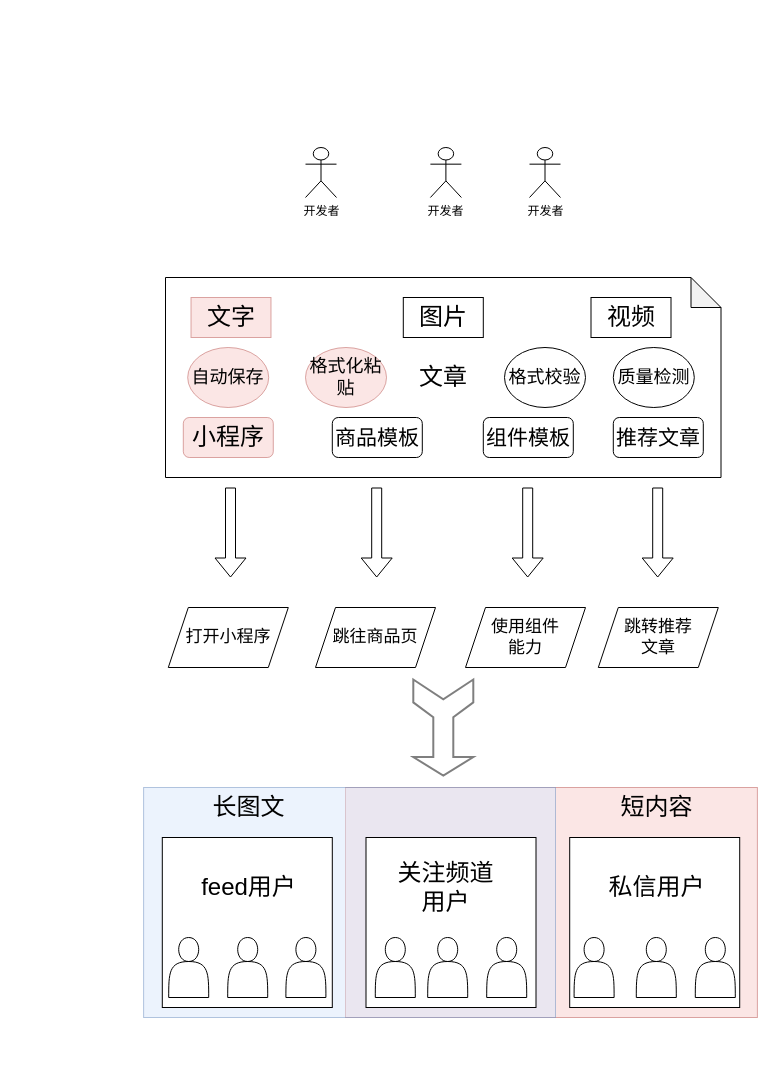
The draw.io diagram Untitled Diagram.drawio in livis-scj/xmind, before the edit. Source tidied: cells renumbered, new cells numbered last; positions are measured from the earlier drawing's top-left corner, leaving out a move shared by most shapes. Both pictures are drawn from the tidied source at 100%, with x=0, y=0 at pixel (143, 147).
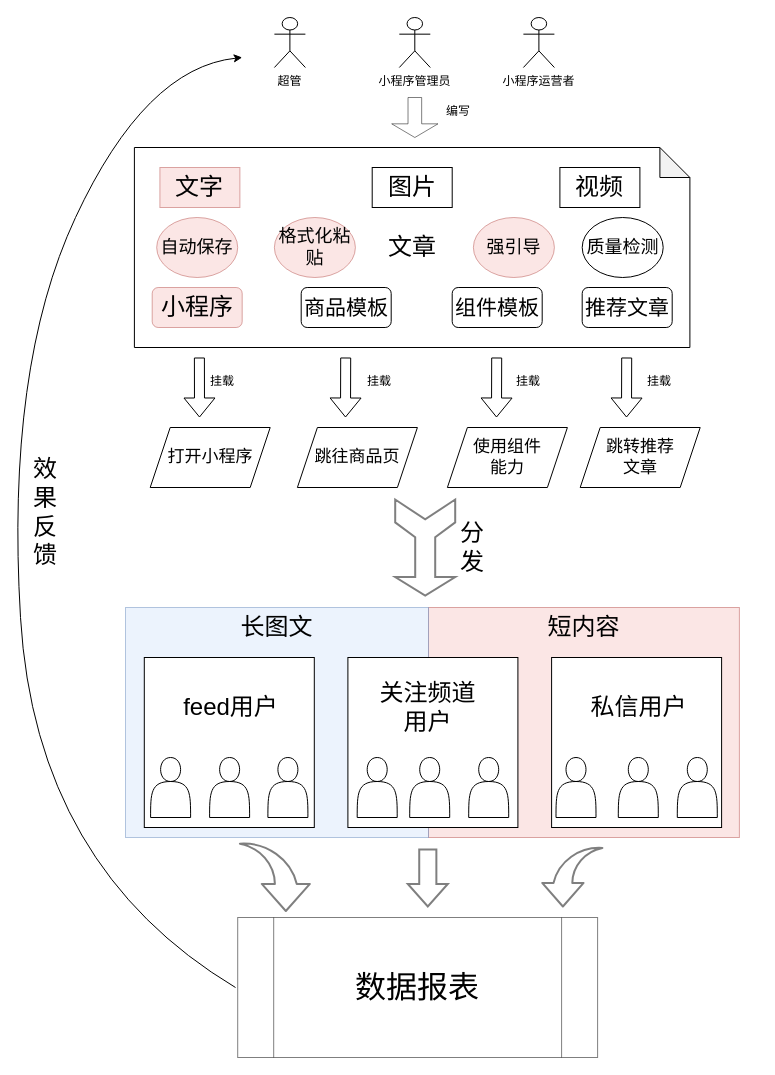
The same page after the edit.

Change to the diagram source:
```diff
@@
     <mxCell id="2" style="rounded=0;whiteSpace=wrap;html=1;fontSize=24;fillColor=#f8cecc;strokeColor=#b85450;opacity=50;" parent="1" vertex="1">
-      <mxGeometry x="202" y="640" width="411.9" height="230" as="geometry" />
+      <mxGeometry x="285" y="460" width="310.9" height="230" as="geometry" />
     </mxCell>
     <mxCell id="3" style="rounded=0;whiteSpace=wrap;html=1;fontSize=24;fillColor=#dae8fc;strokeColor=#6c8ebf;opacity=50;" parent="1" vertex="1">
-      <mxGeometry x="0.1" y="640" width="411.9" height="230" as="geometry" />
+      <mxGeometry x="-18" y="460" width="303" height="230" as="geometry" />
     </mxCell>
     <mxCell id="4" style="whiteSpace=wrap;html=1;" parent="1" vertex="1">
-      <mxGeometry x="426.2" y="690" width="170" height="170" as="geometry" />
+      <mxGeometry x="408.1" y="510" width="170" height="170" as="geometry" />
     </mxCell>
     <mxCell id="5" style="whiteSpace=wrap;html=1;" parent="1" vertex="1">
-      <mxGeometry x="222.5" y="690" width="170" height="170" as="geometry" />
+      <mxGeometry x="204.4" y="510" width="170" height="170" as="geometry" />
     </mxCell>
     <mxCell id="6" style="whiteSpace=wrap;html=1;" parent="1" vertex="1">
-      <mxGeometry x="18.8" y="690" width="170" height="170" as="geometry" />
+      <mxGeometry x="0.8" y="510" width="170" height="170" as="geometry" />
     </mxCell>
-    <mxCell id="7" value="开发者" style="shape=umlActor;verticalLabelPosition=bottom;verticalAlign=top;html=1;fontStyle=0;" parent="1" vertex="1">
-      <mxGeometry x="286.9" width="31" height="50" as="geometry" />
+    <mxCell id="7" value="小程序管理员" style="shape=umlActor;verticalLabelPosition=bottom;verticalAlign=top;html=1;fontStyle=0;" parent="1" vertex="1">
+      <mxGeometry x="255.8" y="-130" width="31" height="50" as="geometry" />
     </mxCell>
     <mxCell id="8" value="&lt;font style=&quot;font-size: 24px&quot;&gt;文章&lt;/font&gt;" style="shape=note;whiteSpace=wrap;html=1;backgroundOutline=1;darkOpacity=0.05;" parent="1" vertex="1">
-      <mxGeometry x="22" y="130" width="555.5" height="200" as="geometry" />
+      <mxGeometry x="-9.1" width="555.5" height="200" as="geometry" />
     </mxCell>
     <mxCell id="9" style="shape=actor;whiteSpace=wrap;html=1;" parent="1" vertex="1">
-      <mxGeometry x="231.8" y="790" width="40" height="60" as="geometry" />
+      <mxGeometry x="213.7" y="610" width="40" height="60" as="geometry" />
     </mxCell>
     <mxCell id="10" value="&lt;font style=&quot;font-size: 24px&quot;&gt;小程序&lt;/font&gt;" style="rounded=1;whiteSpace=wrap;html=1;fillColor=#f8cecc;strokeColor=#b85450;opacity=50;" parent="1" vertex="1">
-      <mxGeometry x="39.8" y="270" width="90" height="40" as="geometry" />
+      <mxGeometry x="8.7" y="140" width="90" height="40" as="geometry" />
     </mxCell>
     <mxCell id="11" value="&lt;font style=&quot;font-size: 21px&quot;&gt;商品模板&lt;/font&gt;" style="rounded=1;whiteSpace=wrap;html=1;" parent="1" vertex="1">
-      <mxGeometry x="188.8" y="270" width="90" height="40" as="geometry" />
+      <mxGeometry x="157.7" y="140" width="90" height="40" as="geometry" />
     </mxCell>
     <mxCell id="12" value="&lt;font style=&quot;font-size: 21px&quot;&gt;组件模板&lt;/font&gt;" style="rounded=1;whiteSpace=wrap;html=1;" parent="1" vertex="1">
-      <mxGeometry x="339.8" y="270" width="90" height="40" as="geometry" />
+      <mxGeometry x="308.7" y="140" width="90" height="40" as="geometry" />
     </mxCell>
     <mxCell id="13" value="&lt;font style=&quot;font-size: 21px&quot;&gt;推荐文章&lt;/font&gt;" style="rounded=1;whiteSpace=wrap;html=1;" parent="1" vertex="1">
-      <mxGeometry x="469.8" y="270" width="90" height="40" as="geometry" />
+      <mxGeometry x="438.7" y="140" width="90" height="40" as="geometry" />
     </mxCell>
     <mxCell id="14" value="&lt;font style=&quot;font-size: 24px&quot;&gt;文字&lt;/font&gt;" style="rounded=0;whiteSpace=wrap;html=1;fillColor=#f8cecc;strokeColor=#b85450;opacity=50;" parent="1" vertex="1">
-      <mxGeometry x="47.5" y="150" width="80" height="40" as="geometry" />
+      <mxGeometry x="16.4" y="20" width="80" height="40" as="geometry" />
     </mxCell>
     <mxCell id="15" value="&lt;font style=&quot;font-size: 24px&quot;&gt;图片&lt;/font&gt;" style="rounded=0;whiteSpace=wrap;html=1;" parent="1" vertex="1">
-      <mxGeometry x="259.8" y="150" width="80" height="40" as="geometry" />
+      <mxGeometry x="228.7" y="20" width="80" height="40" as="geometry" />
     </mxCell>
     <mxCell id="16" value="&lt;span style=&quot;font-size: 24px&quot;&gt;视频&lt;/span&gt;" style="rounded=0;whiteSpace=wrap;html=1;" parent="1" vertex="1">
-      <mxGeometry x="447.5" y="150" width="80" height="40" as="geometry" />
+      <mxGeometry x="416.4" y="20" width="80" height="40" as="geometry" />
     </mxCell>
     <mxCell id="17" style="shape=flexArrow;endArrow=classic;html=1;" parent="1" edge="1">
       <mxGeometry relative="1" as="geometry">
-        <mxPoint x="87" y="340" as="sourcePoint" />
-        <mxPoint x="87" y="430" as="targetPoint" />
+        <mxPoint x="55.9" y="210" as="sourcePoint" />
+        <mxPoint x="56" y="270" as="targetPoint" />
       </mxGeometry>
     </mxCell>
     <mxCell id="18" style="shape=flexArrow;endArrow=classic;html=1;" parent="1" edge="1">
       <mxGeometry relative="1" as="geometry">
-        <mxPoint x="233.2" y="340" as="sourcePoint" />
-        <mxPoint x="233.2" y="430" as="targetPoint" />
+        <mxPoint x="202.2" y="210" as="sourcePoint" />
+        <mxPoint x="202" y="270" as="targetPoint" />
       </mxGeometry>
     </mxCell>
     <mxCell id="19" style="shape=flexArrow;endArrow=classic;html=1;" parent="1" edge="1">
       <mxGeometry relative="1" as="geometry">
-        <mxPoint x="384.2" y="340" as="sourcePoint" />
-        <mxPoint x="384.2" y="430" as="targetPoint" />
+        <mxPoint x="353.2" y="210" as="sourcePoint" />
+        <mxPoint x="353" y="270" as="targetPoint" />
       </mxGeometry>
     </mxCell>
     <mxCell id="20" style="shape=flexArrow;endArrow=classic;html=1;" parent="1" edge="1">
       <mxGeometry relative="1" as="geometry">
-        <mxPoint x="514.2" y="340" as="sourcePoint" />
-        <mxPoint x="514.2" y="430" as="targetPoint" />
+        <mxPoint x="483.2" y="210" as="sourcePoint" />
+        <mxPoint x="483" y="270" as="targetPoint" />
       </mxGeometry>
     </mxCell>
     <mxCell id="21" value="&lt;font style=&quot;font-size: 17px&quot;&gt;打开小程序&lt;/font&gt;" style="shape=parallelogram;perimeter=parallelogramPerimeter;whiteSpace=wrap;html=1;fixedSize=1;" parent="1" vertex="1">
-      <mxGeometry x="24.8" y="460" width="120" height="60" as="geometry" />
+      <mxGeometry x="6.7" y="280" width="120" height="60" as="geometry" />
     </mxCell>
     <mxCell id="22" value="&lt;font style=&quot;font-size: 17px&quot;&gt;跳往商品页&lt;/font&gt;" style="shape=parallelogram;perimeter=parallelogramPerimeter;whiteSpace=wrap;html=1;fixedSize=1;" parent="1" vertex="1">
-      <mxGeometry x="172" y="460" width="120" height="60" as="geometry" />
+      <mxGeometry x="153.9" y="280" width="120" height="60" as="geometry" />
     </mxCell>
     <mxCell id="23" value="&lt;font style=&quot;font-size: 17px&quot;&gt;使用组件&lt;br&gt;能力&lt;br&gt;&lt;/font&gt;" style="shape=parallelogram;perimeter=parallelogramPerimeter;whiteSpace=wrap;html=1;fixedSize=1;" parent="1" vertex="1">
-      <mxGeometry x="322" y="460" width="120" height="60" as="geometry" />
+      <mxGeometry x="303.9" y="280" width="120" height="60" as="geometry" />
     </mxCell>
     <mxCell id="24" value="&lt;span style=&quot;font-size: 17px&quot;&gt;跳转推荐&lt;br&gt;文章&lt;/span&gt;" style="shape=parallelogram;perimeter=parallelogramPerimeter;whiteSpace=wrap;html=1;fixedSize=1;" parent="1" vertex="1">
-      <mxGeometry x="454.8" y="460" width="120" height="60" as="geometry" />
+      <mxGeometry x="436.7" y="280" width="120" height="60" as="geometry" />
     </mxCell>
     <mxCell id="25" style="shape=actor;whiteSpace=wrap;html=1;" parent="1" vertex="1">
-      <mxGeometry x="142.4" y="790" width="40" height="60" as="geometry" />
+      <mxGeometry x="124.4" y="610" width="40" height="60" as="geometry" />
     </mxCell>
     <mxCell id="26" style="shape=actor;whiteSpace=wrap;html=1;" parent="1" vertex="1">
-      <mxGeometry x="84.2" y="790" width="40" height="60" as="geometry" />
+      <mxGeometry x="66.1" y="610" width="40" height="60" as="geometry" />
     </mxCell>
     <mxCell id="27" style="shape=actor;whiteSpace=wrap;html=1;" parent="1" vertex="1">
-      <mxGeometry x="25.2" y="790" width="40" height="60" as="geometry" />
+      <mxGeometry x="7.1" y="610" width="40" height="60" as="geometry" />
     </mxCell>
     <mxCell id="28" style="shape=actor;whiteSpace=wrap;html=1;" parent="1" vertex="1">
-      <mxGeometry x="430.6" y="790" width="40" height="60" as="geometry" />
+      <mxGeometry x="412.5" y="610" width="40" height="60" as="geometry" />
     </mxCell>
     <mxCell id="29" style="shape=actor;whiteSpace=wrap;html=1;" parent="1" vertex="1">
-      <mxGeometry x="343.2" y="790" width="40" height="60" as="geometry" />
+      <mxGeometry x="325.2" y="610" width="40" height="60" as="geometry" />
     </mxCell>
     <mxCell id="30" style="shape=actor;whiteSpace=wrap;html=1;" parent="1" vertex="1">
-      <mxGeometry x="284.2" y="790" width="40" height="60" as="geometry" />
+      <mxGeometry x="266.2" y="610" width="40" height="60" as="geometry" />
     </mxCell>
     <mxCell id="31" style="shape=actor;whiteSpace=wrap;html=1;" parent="1" vertex="1">
-      <mxGeometry x="551.8" y="790" width="40" height="60" as="geometry" />
+      <mxGeometry x="533.8" y="610" width="40" height="60" as="geometry" />
     </mxCell>
     <mxCell id="32" style="shape=actor;whiteSpace=wrap;html=1;" parent="1" vertex="1">
-      <mxGeometry x="492.8" y="790" width="40" height="60" as="geometry" />
+      <mxGeometry x="474.8" y="610" width="40" height="60" as="geometry" />
     </mxCell>
     <mxCell id="33" value="&lt;font style=&quot;font-size: 18px&quot;&gt;自动保存&lt;/font&gt;" style="ellipse;whiteSpace=wrap;html=1;fillColor=#f8cecc;strokeColor=#b85450;opacity=50;" parent="1" vertex="1">
-      <mxGeometry x="44.2" y="200" width="81" height="60" as="geometry" />
+      <mxGeometry x="13.2" y="70" width="81" height="60" as="geometry" />
     </mxCell>
     <mxCell id="34" value="&lt;font style=&quot;font-size: 18px&quot;&gt;格式化粘贴&lt;/font&gt;" style="ellipse;whiteSpace=wrap;html=1;fillColor=#f8cecc;strokeColor=#b85450;opacity=50;" parent="1" vertex="1">
-      <mxGeometry x="162" y="200" width="81" height="60" as="geometry" />
+      <mxGeometry x="130.9" y="70" width="81" height="60" as="geometry" />
     </mxCell>
-    <mxCell id="35" value="&lt;font style=&quot;font-size: 18px&quot;&gt;格式校验&lt;br&gt;&lt;/font&gt;" style="ellipse;whiteSpace=wrap;html=1;" parent="1" vertex="1">
-      <mxGeometry x="361" y="200" width="81" height="60" as="geometry" />
+    <mxCell id="35" value="&lt;font style=&quot;font-size: 18px&quot;&gt;强引导&lt;br&gt;&lt;/font&gt;" style="ellipse;whiteSpace=wrap;html=1;fillColor=#f8cecc;strokeColor=#b85450;opacity=50;" parent="1" vertex="1">
+      <mxGeometry x="329.9" y="70" width="81" height="60" as="geometry" />
     </mxCell>
     <mxCell id="36" value="&lt;font style=&quot;font-size: 18px&quot;&gt;质量检测&lt;/font&gt;" style="ellipse;whiteSpace=wrap;html=1;" parent="1" vertex="1">
-      <mxGeometry x="469.8" y="200" width="81" height="60" as="geometry" />
+      <mxGeometry x="438.7" y="70" width="81" height="60" as="geometry" />
     </mxCell>
     <mxCell id="37" value="feed用户" style="text;html=1;strokeColor=none;fillColor=none;align=center;verticalAlign=middle;whiteSpace=wrap;rounded=0;fontSize=24;" parent="1" vertex="1">
-      <mxGeometry x="47.5" y="700" width="117.2" height="80" as="geometry" />
+      <mxGeometry x="29.4" y="520" width="117.2" height="80" as="geometry" />
     </mxCell>
     <mxCell id="38" value="关注频道用户" style="text;html=1;strokeColor=none;fillColor=none;align=center;verticalAlign=middle;whiteSpace=wrap;rounded=0;fontSize=24;" parent="1" vertex="1">
-      <mxGeometry x="243.8" y="700" width="117.2" height="80" as="geometry" />
+      <mxGeometry x="225.7" y="520" width="117.2" height="80" as="geometry" />
     </mxCell>
     <mxCell id="39" value="私信用户" style="text;html=1;strokeColor=none;fillColor=none;align=center;verticalAlign=middle;whiteSpace=wrap;rounded=0;fontSize=24;" parent="1" vertex="1">
-      <mxGeometry x="454.8" y="700" width="117.2" height="80" as="geometry" />
+      <mxGeometry x="436.7" y="520" width="117.2" height="80" as="geometry" />
     </mxCell>
     <mxCell id="40" value="长图文" style="text;html=1;strokeColor=none;fillColor=none;align=center;verticalAlign=middle;whiteSpace=wrap;rounded=0;fontSize=24;" parent="1" vertex="1">
-      <mxGeometry x="47.5" y="640" width="117.2" height="40" as="geometry" />
+      <mxGeometry x="74.9" y="460" width="117.2" height="40" as="geometry" />
     </mxCell>
     <mxCell id="41" value="短内容" style="text;html=1;strokeColor=none;fillColor=none;align=center;verticalAlign=middle;whiteSpace=wrap;rounded=0;fontSize=24;" parent="1" vertex="1">
-      <mxGeometry x="454.8" y="640" width="117.2" height="40" as="geometry" />
+      <mxGeometry x="381.8" y="460" width="117.2" height="40" as="geometry" />
     </mxCell>
     <mxCell id="42" style="shape=mxgraph.arrows.slender_wide_tailed_arrow;html=1;verticalLabelPosition=bottom;verticalAlign=top;strokeWidth=2;strokeColor=#000000;fontSize=24;opacity=50;rotation=-90;" parent="1" vertex="1">
-      <mxGeometry x="251.8" y="550" width="96" height="60" as="geometry" />
+      <mxGeometry x="233.7" y="370" width="96" height="60" as="geometry" />
     </mxCell>
-    <mxCell id="43" value="开发者" style="shape=umlActor;verticalLabelPosition=bottom;verticalAlign=top;html=1;fontStyle=0;" parent="1" vertex="1">
-      <mxGeometry x="386" width="31" height="50" as="geometry" />
+    <mxCell id="43" value="小程序运营者" style="shape=umlActor;verticalLabelPosition=bottom;verticalAlign=top;html=1;fontStyle=0;" parent="1" vertex="1">
+      <mxGeometry x="379.9" y="-130" width="31" height="50" as="geometry" />
     </mxCell>
-    <mxCell id="44" value="开发者" style="shape=umlActor;verticalLabelPosition=bottom;verticalAlign=top;html=1;fontStyle=0;" parent="1" vertex="1">
-      <mxGeometry x="162" width="31" height="50" as="geometry" />
+    <mxCell id="44" value="超管" style="shape=umlActor;verticalLabelPosition=bottom;verticalAlign=top;html=1;fontStyle=0;" parent="1" vertex="1">
+      <mxGeometry x="130.9" y="-130" width="31" height="50" as="geometry" />
     </mxCell>
+    <mxCell id="45" value="&lt;font style=&quot;font-size: 31px&quot;&gt;数据报表&lt;/font&gt;" style="shape=process;whiteSpace=wrap;html=1;backgroundOutline=1;fontSize=24;opacity=50;" parent="1" vertex="1">
+      <mxGeometry x="94.2" y="770" width="359.9" height="140" as="geometry" />
+    </mxCell>
+    <mxCell id="46" style="shape=mxgraph.arrows.jump-in_arrow_2;html=1;verticalLabelPosition=bottom;verticalAlign=top;strokeWidth=2;strokeColor=#000000;fontSize=24;opacity=50;" parent="1" vertex="1">
+      <mxGeometry x="398.7" y="699" width="60.2" height="60" as="geometry" />
+    </mxCell>
+    <mxCell id="47" style="shape=mxgraph.arrows.jump-in_arrow_1;html=1;verticalLabelPosition=bottom;verticalAlign=top;strokeWidth=2;strokeColor=#000000;fontSize=24;opacity=50;" parent="1" vertex="1">
+      <mxGeometry x="96.4" y="694.5" width="70" height="69" as="geometry" />
+    </mxCell>
+    <mxCell id="48" style="shape=mxgraph.arrows.arrow_down;html=1;verticalLabelPosition=bottom;verticalAlign=top;strokeWidth=2;strokeColor=#000000;fontSize=24;opacity=50;" parent="1" vertex="1">
+      <mxGeometry x="264.3" y="702" width="40" height="57" as="geometry" />
+    </mxCell>
+    <mxCell id="49" style="curved=1;endArrow=classic;html=1;fontSize=24;" parent="1" edge="1">
+      <mxGeometry relative="1" as="geometry">
+        <mxPoint x="92" y="840" as="sourcePoint" />
+        <mxPoint x="98.7" y="-90" as="targetPoint" />
+        <Array as="points">
+          <mxPoint x="-108" y="720" />
+          <mxPoint x="-138" y="220" />
+          <mxPoint x="2" y="-80" />
+        </Array>
+      </mxGeometry>
+    </mxCell>
+    <mxCell id="50" value="效果反馈" style="text;html=1;strokeColor=none;fillColor=none;align=center;verticalAlign=middle;whiteSpace=wrap;rounded=0;fontSize=24;opacity=50;" parent="1" vertex="1">
+      <mxGeometry x="-118" y="355" width="40" height="20" as="geometry" />
+    </mxCell>
+    <mxCell id="51" value="分发" style="text;html=1;strokeColor=none;fillColor=none;align=center;verticalAlign=middle;whiteSpace=wrap;rounded=0;fontSize=24;opacity=50;" parent="1" vertex="1">
+      <mxGeometry x="308.7" y="390" width="40" height="20" as="geometry" />
+    </mxCell>
+    <mxCell id="52" value="&lt;font style=&quot;font-size: 12px&quot;&gt;挂载&lt;/font&gt;" style="text;html=1;strokeColor=none;fillColor=none;align=center;verticalAlign=middle;whiteSpace=wrap;rounded=0;fontSize=24;opacity=50;" parent="1" vertex="1">
+      <mxGeometry x="58.7" y="220" width="40" height="20" as="geometry" />
+    </mxCell>
+    <mxCell id="53" value="&lt;font style=&quot;font-size: 12px&quot;&gt;挂载&lt;/font&gt;" style="text;html=1;strokeColor=none;fillColor=none;align=center;verticalAlign=middle;whiteSpace=wrap;rounded=0;fontSize=24;opacity=50;" parent="1" vertex="1">
+      <mxGeometry x="215.8" y="220" width="40" height="20" as="geometry" />
+    </mxCell>
+    <mxCell id="54" value="&lt;font style=&quot;font-size: 12px&quot;&gt;挂载&lt;/font&gt;" style="text;html=1;strokeColor=none;fillColor=none;align=center;verticalAlign=middle;whiteSpace=wrap;rounded=0;fontSize=24;opacity=50;" parent="1" vertex="1">
+      <mxGeometry x="365.2" y="220" width="40" height="20" as="geometry" />
+    </mxCell>
+    <mxCell id="55" value="&lt;font style=&quot;font-size: 12px&quot;&gt;挂载&lt;/font&gt;" style="text;html=1;strokeColor=none;fillColor=none;align=center;verticalAlign=middle;whiteSpace=wrap;rounded=0;fontSize=24;opacity=50;" parent="1" vertex="1">
+      <mxGeometry x="496.4" y="220" width="40" height="20" as="geometry" />
+    </mxCell>
+    <mxCell id="56" style="shape=singleArrow;direction=south;whiteSpace=wrap;html=1;fontSize=24;opacity=50;arrowWidth=0.2946087957964439;arrowSize=0.34166666666666573;" parent="1" vertex="1">
+      <mxGeometry x="248.2" y="-50" width="46.3" height="40" as="geometry" />
+    </mxCell>
+    <mxCell id="57" value="&lt;font style=&quot;font-size: 12px&quot;&gt;编写&lt;/font&gt;" style="text;html=1;strokeColor=none;fillColor=none;align=center;verticalAlign=middle;whiteSpace=wrap;rounded=0;fontSize=24;opacity=50;" parent="1" vertex="1">
+      <mxGeometry x="294.5" y="-50" width="40" height="20" as="geometry" />
+    </mxCell>
```
